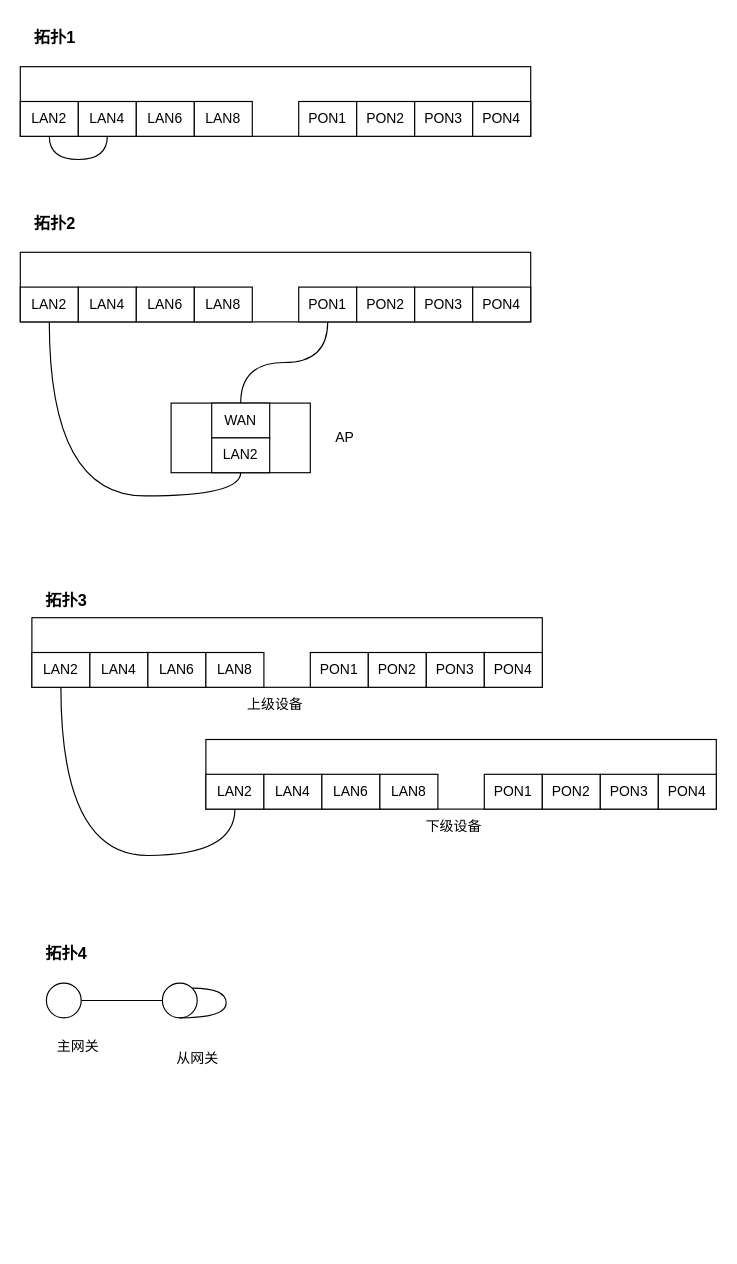
waterwatermelon/graph keeps this draw.io diagram as f5g-mt7988/looptest.drawio. Above is the earlier version. Source tidied: cells renumbered, new cells numbered last; positions are measured from the earlier drawing's top-left corner, leaving out a move shared by most shapes. Both pictures are drawn from the tidied source at 116%, with x=0, y=0 at pixel (20, 20).
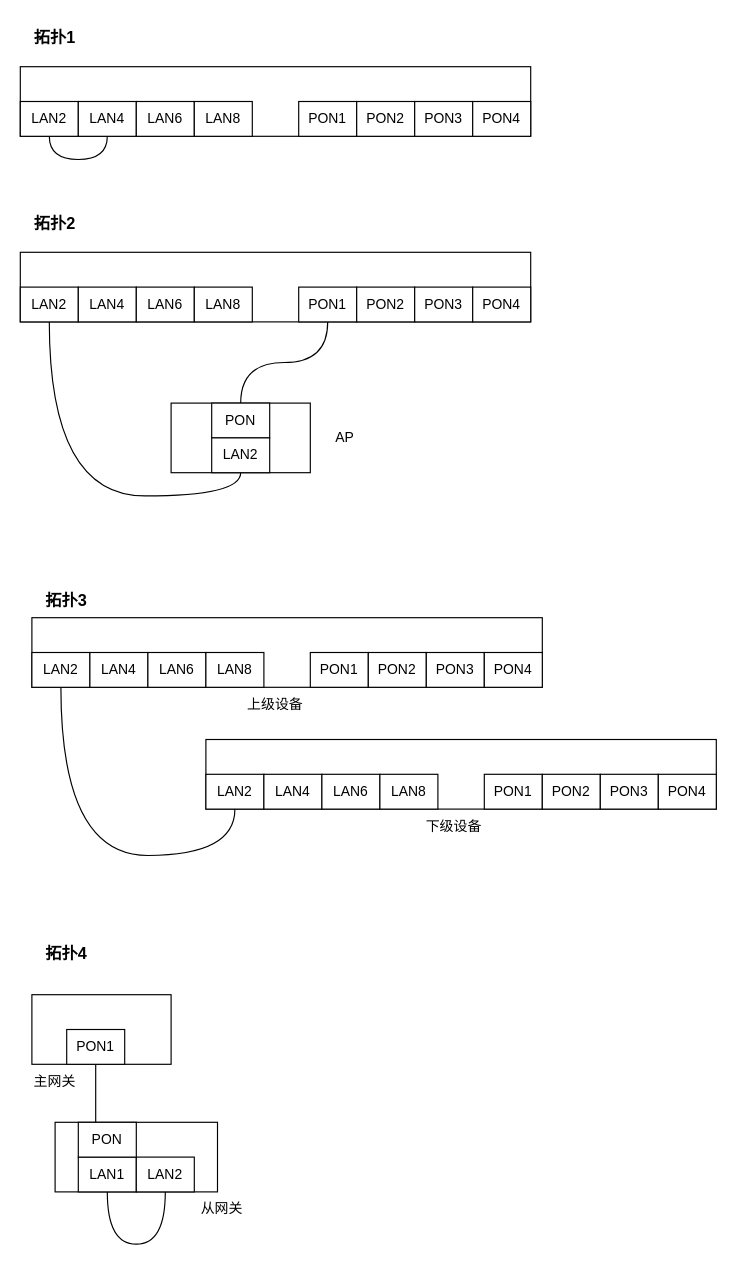
The same diagram, later.

What changed in the source:
```diff
@@
-    <mxCell id="29" value="WAN" style="rounded=0;whiteSpace=wrap;html=1;" parent="1" vertex="1">
+    <mxCell id="29" value="PON" style="rounded=0;whiteSpace=wrap;html=1;" parent="1" vertex="1">
       <mxGeometry x="165" y="330" width="50" height="30" as="geometry" />
     </mxCell>
@@
-    <mxCell id="60" style="edgeStyle=orthogonalEdgeStyle;rounded=0;jettySize=auto;html=1;exitX=1;exitY=0.5;exitDx=0;exitDy=0;entryX=0;entryY=0.5;entryDx=0;entryDy=0;curved=1;endArrow=none;startFill=0;" parent="1" edge="1" source="61" target="62">
-      <mxGeometry relative="1" as="geometry" />
-    </mxCell>
-    <mxCell id="61" style="ellipse;whiteSpace=wrap;html=1;" parent="1" vertex="1">
-      <mxGeometry x="22.5" y="830" width="30" height="30" as="geometry" />
-    </mxCell>
-    <mxCell id="62" style="ellipse;whiteSpace=wrap;html=1;" parent="1" vertex="1">
-      <mxGeometry x="122.5" y="830" width="30" height="30" as="geometry" />
-    </mxCell>
-    <mxCell id="63" style="edgeStyle=orthogonalEdgeStyle;rounded=0;orthogonalLoop=1;jettySize=auto;html=1;exitX=1;exitY=0;exitDx=0;exitDy=0;entryX=0.5;entryY=1;entryDx=0;entryDy=0;curved=1;endArrow=none;startFill=0;" parent="1" edge="1" source="62" target="62">
-      <mxGeometry relative="1" as="geometry">
-        <Array as="points">
-          <mxPoint x="177.5" y="834" />
-          <mxPoint x="177.5" y="860" />
-        </Array>
-      </mxGeometry>
-    </mxCell>
     <mxCell id="64" value="主网关" style="text;html=1;align=center;verticalAlign=middle;whiteSpace=wrap;rounded=0;" parent="1" vertex="1">
-      <mxGeometry x="20" y="870" width="60" height="30" as="geometry" />
+      <mxGeometry y="900" width="60" height="30" as="geometry" />
     </mxCell>
     <mxCell id="65" value="从网关" style="text;html=1;align=center;verticalAlign=middle;whiteSpace=wrap;rounded=0;" parent="1" vertex="1">
-      <mxGeometry x="122.5" y="880" width="60" height="30" as="geometry" />
+      <mxGeometry x="144" y="1010" width="60" height="30" as="geometry" />
     </mxCell>
+    <mxCell id="66" style="rounded=0;whiteSpace=wrap;html=1;" parent="1" vertex="1">
+      <mxGeometry x="30" y="950" width="140" height="60" as="geometry" />
+    </mxCell>
+    <mxCell id="67" style="edgeStyle=orthogonalEdgeStyle;rounded=0;jettySize=auto;html=1;exitX=0.5;exitY=1;exitDx=0;exitDy=0;curved=1;endArrow=none;startFill=0;entryX=0.5;entryY=1;entryDx=0;entryDy=0;" parent="1" edge="1" source="68" target="69">
+      <mxGeometry relative="1" as="geometry">
+        <Array as="points">
+          <mxPoint x="75" y="1055" />
+          <mxPoint x="125" y="1055" />
+        </Array>
+      </mxGeometry>
+    </mxCell>
+    <mxCell id="68" value="LAN1" style="rounded=0;whiteSpace=wrap;html=1;" parent="1" vertex="1">
+      <mxGeometry x="50" y="980" width="50" height="30" as="geometry" />
+    </mxCell>
+    <mxCell id="69" value="LAN2" style="rounded=0;whiteSpace=wrap;html=1;" parent="1" vertex="1">
+      <mxGeometry x="100" y="980" width="50" height="30" as="geometry" />
+    </mxCell>
+    <mxCell id="70" value="PON" style="rounded=0;whiteSpace=wrap;html=1;" parent="1" vertex="1">
+      <mxGeometry x="50" y="950" width="50" height="30" as="geometry" />
+    </mxCell>
+    <mxCell id="71" style="rounded=0;whiteSpace=wrap;html=1;" parent="1" vertex="1">
+      <mxGeometry x="10" y="840" width="120" height="60" as="geometry" />
+    </mxCell>
+    <mxCell id="72" style="edgeStyle=orthogonalEdgeStyle;rounded=0;jettySize=auto;html=1;exitX=0.5;exitY=1;exitDx=0;exitDy=0;entryX=0.25;entryY=0;entryDx=0;entryDy=0;endArrow=none;startFill=0;curved=1;" parent="1" edge="1" source="73" target="66">
+      <mxGeometry relative="1" as="geometry" />
+    </mxCell>
+    <mxCell id="73" value="PON1" style="rounded=0;whiteSpace=wrap;html=1;" parent="1" vertex="1">
+      <mxGeometry x="40" y="870" width="50" height="30" as="geometry" />
+    </mxCell>
```
